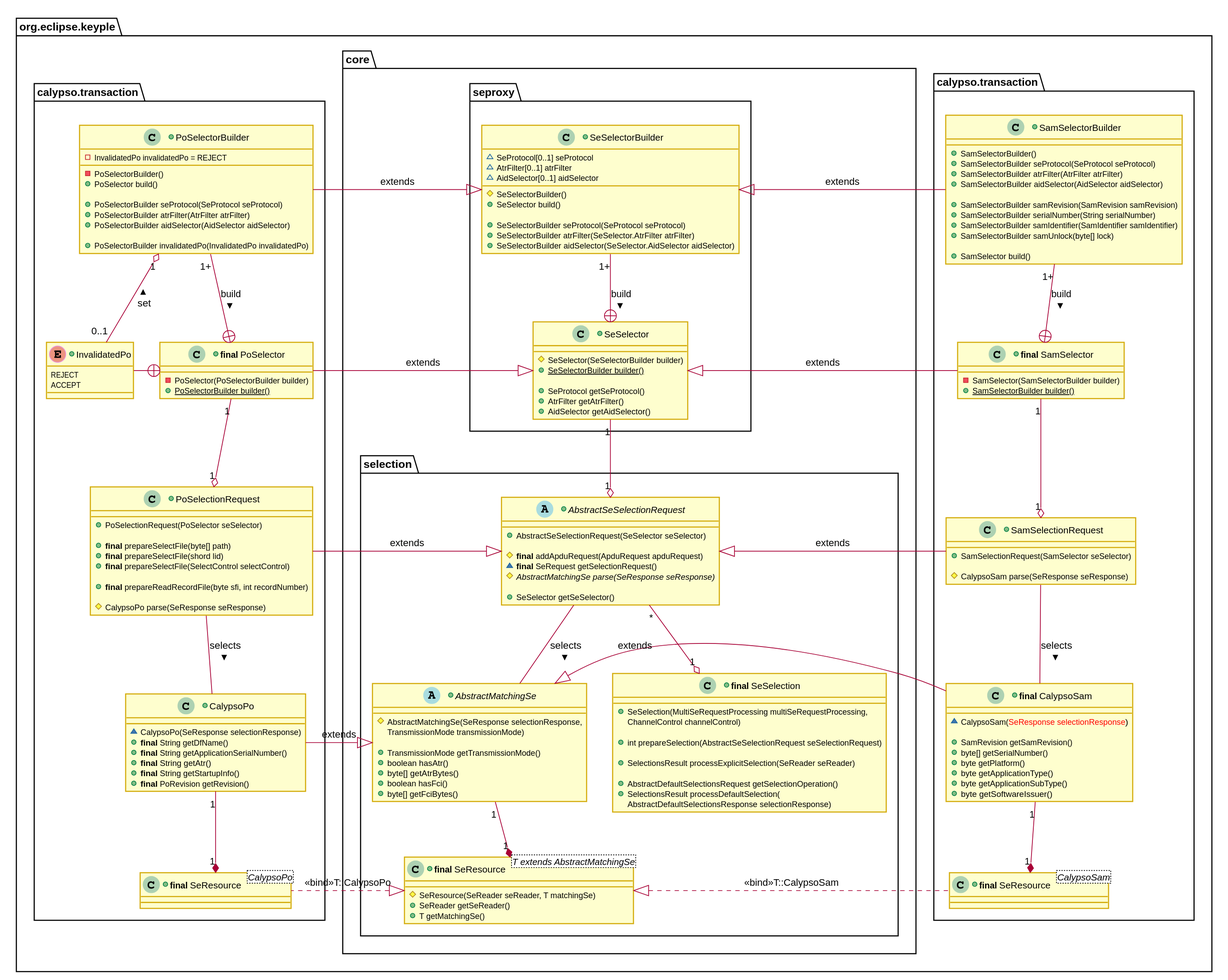
Above: docs/KeypleCalypsoApi/ApplicationApi/img/KeypleCalypso_ApplicationApi_ClassDiag_Transaction_PO_Selection_0_9_0.svg in calypsonet/keyple (PlantUML), before the change.
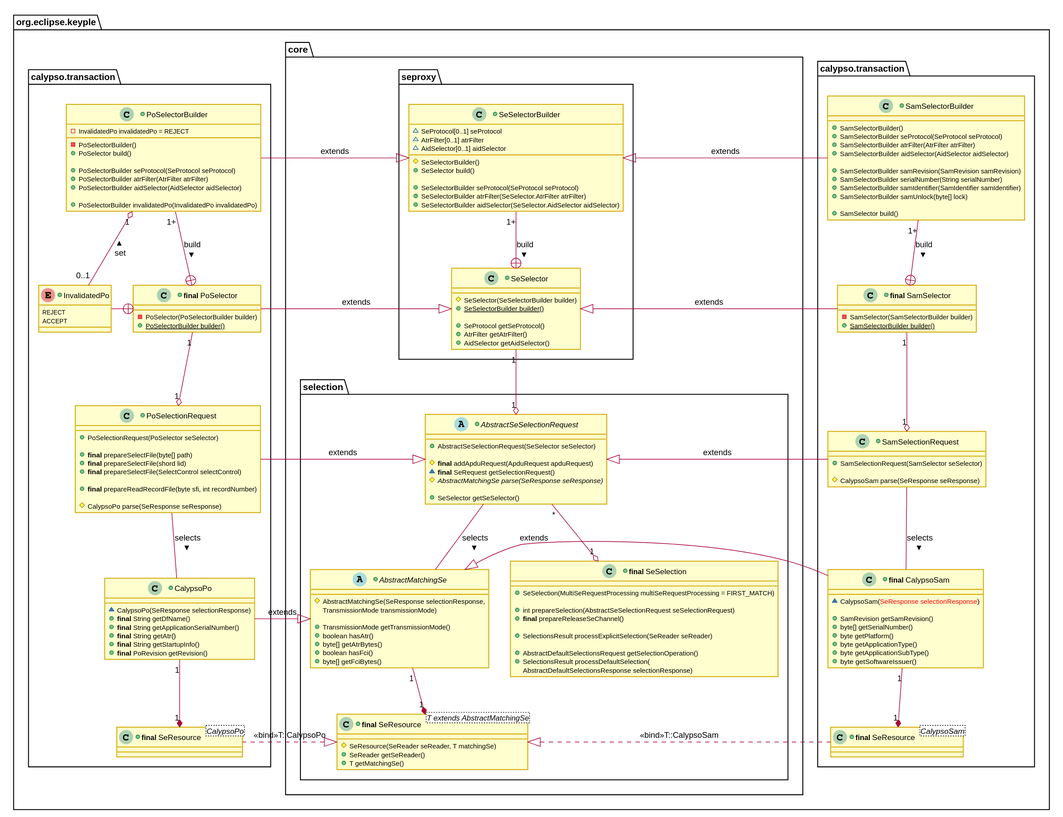
The same file after the commit.

The edit, as a diff of the source:
```diff
@@ -105,10 +105,10 @@
 
     package selection #FFFFFF {
 +class "<b>final</b> SeSelection" as SeSelection {
-  +SeSelection(MultiSeRequestProcessing multiSeRequestProcessing,
-    ChannelControl channelControl)
+  +SeSelection(MultiSeRequestProcessing multiSeRequestProcessing = FIRST_MATCH)
 
   +int prepareSelection(AbstractSeSelectionRequest seSelectionRequest)
+  +<b>final</b> prepareReleaseSeChannel()
 
   +SelectionsResult processExplicitSelection(SeReader seReader)
 
```
